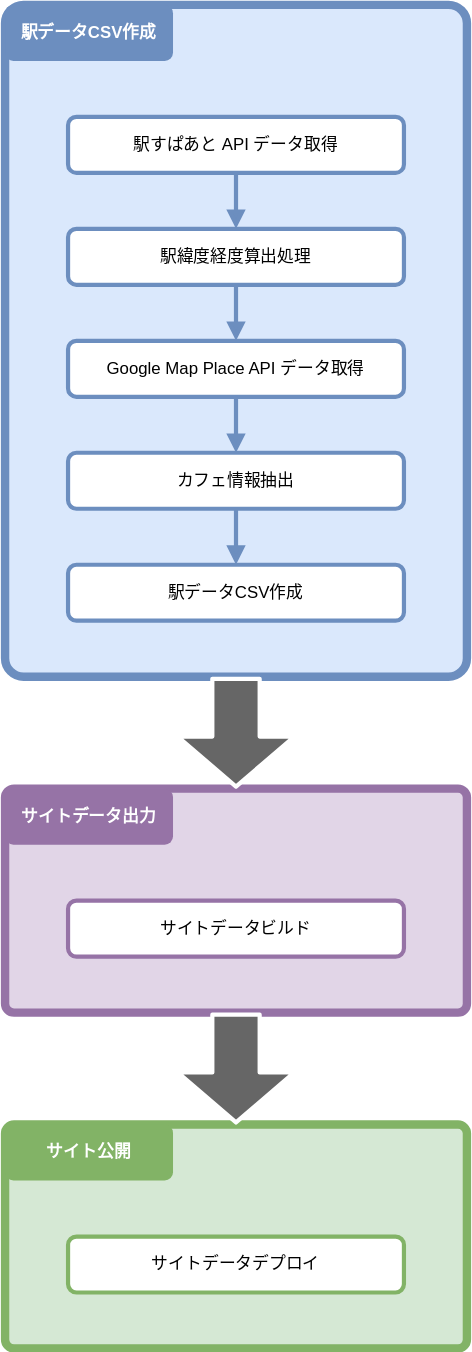
The draw.io diagram doc/01_設計/01510101_全体設計イメージ.drawio.svg in take4bcreators/cafe-train-prj, before a commit. Source tidied: cells renumbered, new cells last; positions are measured from the earlier drawing's top-left corner, leaving out a move shared by most shapes. Its diagram source:
```xml
<mxGraphModel>
  <root>
    <mxCell id="0" />
    <mxCell id="1" parent="0" />
    <mxCell id="2" style="rounded=1;whiteSpace=wrap;html=1;fillColor=#dae8fc;strokeColor=#6c8ebf;strokeWidth=6;arcSize=4;" parent="1" vertex="1">
      <mxGeometry width="330" height="480" as="geometry" />
    </mxCell>
    <mxCell id="3" value="駅すぱあと API データ取得" style="rounded=1;whiteSpace=wrap;html=1;fillColor=#FFFFFF;strokeColor=#6c8ebf;strokeWidth=3;" parent="1" vertex="1">
      <mxGeometry x="45" y="80" width="240" height="40" as="geometry" />
    </mxCell>
    <mxCell id="4" value="駅データCSV作成" style="rounded=1;whiteSpace=wrap;html=1;fillColor=#6C8EBF;strokeColor=none;strokeWidth=6;fontColor=#FFFFFF;fontStyle=1;" parent="1" vertex="1">
      <mxGeometry width="120" height="40" as="geometry" />
    </mxCell>
    <mxCell id="5" style="edgeStyle=none;html=1;exitX=0.5;exitY=1;exitDx=0;exitDy=0;fontColor=#FFFFFF;endArrow=block;endFill=1;strokeColor=#6C8EBF;strokeWidth=3;" parent="1" edge="1" source="6" target="8">
      <mxGeometry relative="1" as="geometry" />
    </mxCell>
    <mxCell id="6" value="駅緯度経度算出処理" style="rounded=1;whiteSpace=wrap;html=1;fillColor=#FFFFFF;strokeColor=#6c8ebf;strokeWidth=3;" parent="1" vertex="1">
      <mxGeometry x="45" y="160" width="240" height="40" as="geometry" />
    </mxCell>
    <mxCell id="7" style="edgeStyle=none;html=1;exitX=0.5;exitY=1;exitDx=0;exitDy=0;entryX=0.5;entryY=0;entryDx=0;entryDy=0;fontColor=#FFFFFF;endArrow=block;endFill=1;strokeColor=#6C8EBF;strokeWidth=3;" parent="1" edge="1" source="8" target="10">
      <mxGeometry relative="1" as="geometry" />
    </mxCell>
    <mxCell id="8" value="Google Map Place API データ取得" style="rounded=1;whiteSpace=wrap;html=1;fillColor=#FFFFFF;strokeColor=#6c8ebf;strokeWidth=3;" parent="1" vertex="1">
      <mxGeometry x="45" y="240" width="240" height="40" as="geometry" />
    </mxCell>
    <mxCell id="9" style="edgeStyle=none;html=1;exitX=0.5;exitY=1;exitDx=0;exitDy=0;entryX=0.5;entryY=0;entryDx=0;entryDy=0;fontColor=#FFFFFF;endArrow=block;endFill=1;strokeColor=#6C8EBF;strokeWidth=3;" parent="1" edge="1" source="10" target="11">
      <mxGeometry relative="1" as="geometry" />
    </mxCell>
    <mxCell id="10" value="カフェ情報抽出" style="rounded=1;whiteSpace=wrap;html=1;fillColor=#FFFFFF;strokeColor=#6c8ebf;strokeWidth=3;" parent="1" vertex="1">
      <mxGeometry x="45" y="320" width="240" height="40" as="geometry" />
    </mxCell>
    <mxCell id="11" value="駅データCSV作成" style="rounded=1;whiteSpace=wrap;html=1;fillColor=#FFFFFF;strokeColor=#6c8ebf;strokeWidth=3;" parent="1" vertex="1">
      <mxGeometry x="45" y="400" width="240" height="40" as="geometry" />
    </mxCell>
    <mxCell id="12" style="rounded=1;whiteSpace=wrap;html=1;fillColor=#e1d5e7;strokeColor=#9673a6;strokeWidth=6;arcSize=4;" parent="1" vertex="1">
      <mxGeometry y="560" width="330" height="160" as="geometry" />
    </mxCell>
    <mxCell id="13" value="サイトデータ出力" style="rounded=1;whiteSpace=wrap;html=1;fillColor=#9673A6;strokeColor=none;strokeWidth=6;fontStyle=1;fontColor=#FFFFFF;" parent="1" vertex="1">
      <mxGeometry y="560" width="120" height="40" as="geometry" />
    </mxCell>
    <mxCell id="14" style="endArrow=block;html=1;fontColor=#FFFFFF;strokeColor=#6C8EBF;strokeWidth=3;endFill=1;exitX=0.5;exitY=1;exitDx=0;exitDy=0;entryX=0.5;entryY=0;entryDx=0;entryDy=0;" parent="1" edge="1" source="3" target="6">
      <mxGeometry relative="1" as="geometry" />
    </mxCell>
    <mxCell id="15" value="サイトデータビルド" style="rounded=1;whiteSpace=wrap;html=1;fillColor=#FFFFFF;strokeColor=#9673a6;strokeWidth=3;" parent="1" vertex="1">
      <mxGeometry x="45" y="640" width="240" height="40" as="geometry" />
    </mxCell>
    <mxCell id="16" style="shape=flexArrow;endArrow=classic;html=1;fontColor=#FFFFFF;strokeColor=#FFFFFF;strokeWidth=3;exitX=0.5;exitY=1;exitDx=0;exitDy=0;entryX=0.5;entryY=0;entryDx=0;entryDy=0;width=31.818181818181817;endSize=10.909090909090908;endWidth=46.52892561983471;fillColor=#666666;" parent="1" edge="1" source="2" target="12">
      <mxGeometry relative="1" as="geometry" />
    </mxCell>
    <mxCell id="17" style="rounded=1;whiteSpace=wrap;html=1;fillColor=#d5e8d4;strokeColor=#82b366;strokeWidth=6;arcSize=4;" parent="1" vertex="1">
      <mxGeometry y="800" width="330" height="160" as="geometry" />
    </mxCell>
    <mxCell id="18" value="サイト公開" style="rounded=1;whiteSpace=wrap;html=1;fillColor=#82B366;strokeColor=none;strokeWidth=6;fontStyle=1;fontColor=#FFFFFF;" parent="1" vertex="1">
      <mxGeometry y="800" width="120" height="40" as="geometry" />
    </mxCell>
    <mxCell id="19" value="サイトデータデプロイ" style="rounded=1;whiteSpace=wrap;html=1;fillColor=#FFFFFF;strokeColor=#82b366;strokeWidth=3;" parent="1" vertex="1">
      <mxGeometry x="45" y="880" width="240" height="40" as="geometry" />
    </mxCell>
    <mxCell id="20" style="shape=flexArrow;endArrow=classic;html=1;fontColor=#FFFFFF;strokeColor=#FFFFFF;strokeWidth=3;exitX=0.5;exitY=1;exitDx=0;exitDy=0;entryX=0.5;entryY=0;entryDx=0;entryDy=0;width=31.818181818181817;endSize=10.909090909090908;endWidth=46.52892561983471;fillColor=#666666;" parent="1" edge="1" source="12" target="17">
      <mxGeometry relative="1" as="geometry" />
    </mxCell>
  </root>
</mxGraphModel>
```
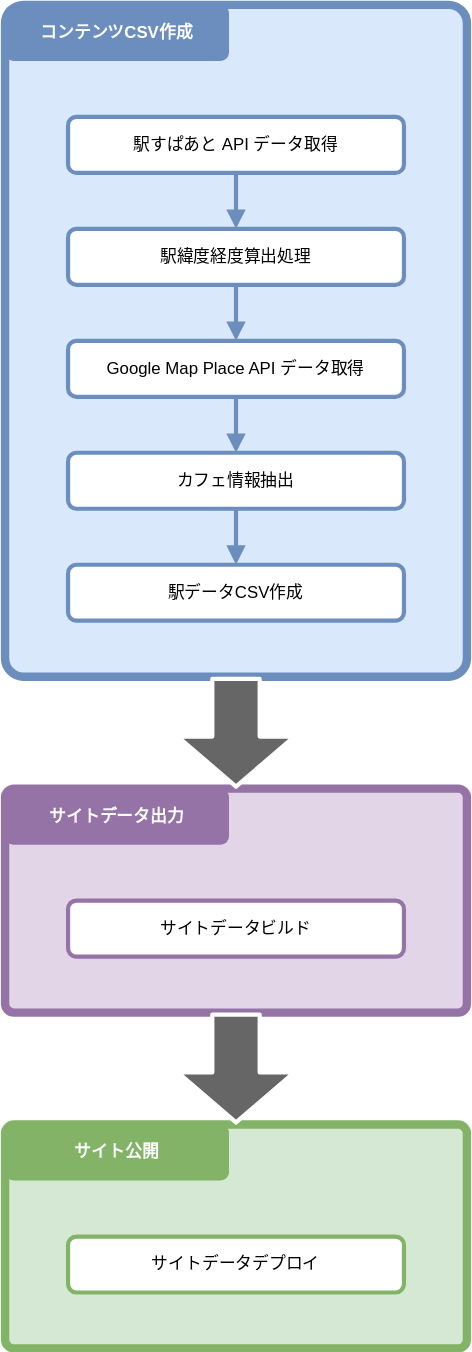
After the commit.

Change to the diagram source:
```diff
@@ -8,8 +8,8 @@
     <mxCell id="3" value="駅すぱあと API データ取得" style="rounded=1;whiteSpace=wrap;html=1;fillColor=#FFFFFF;strokeColor=#6c8ebf;strokeWidth=3;" parent="1" vertex="1">
       <mxGeometry x="45" y="80" width="240" height="40" as="geometry" />
     </mxCell>
-    <mxCell id="4" value="駅データCSV作成" style="rounded=1;whiteSpace=wrap;html=1;fillColor=#6C8EBF;strokeColor=none;strokeWidth=6;fontColor=#FFFFFF;fontStyle=1;" parent="1" vertex="1">
-      <mxGeometry width="120" height="40" as="geometry" />
+    <mxCell id="4" value="コンテンツCSV作成" style="rounded=1;whiteSpace=wrap;html=1;fillColor=#6C8EBF;strokeColor=none;strokeWidth=6;fontColor=#FFFFFF;fontStyle=1;" parent="1" vertex="1">
+      <mxGeometry width="160" height="40" as="geometry" />
     </mxCell>
     <mxCell id="5" style="edgeStyle=none;html=1;exitX=0.5;exitY=1;exitDx=0;exitDy=0;fontColor=#FFFFFF;endArrow=block;endFill=1;strokeColor=#6C8EBF;strokeWidth=3;" parent="1" edge="1" source="6" target="8">
       <mxGeometry relative="1" as="geometry" />
@@ -36,7 +36,7 @@
       <mxGeometry y="560" width="330" height="160" as="geometry" />
     </mxCell>
     <mxCell id="13" value="サイトデータ出力" style="rounded=1;whiteSpace=wrap;html=1;fillColor=#9673A6;strokeColor=none;strokeWidth=6;fontStyle=1;fontColor=#FFFFFF;" parent="1" vertex="1">
-      <mxGeometry y="560" width="120" height="40" as="geometry" />
+      <mxGeometry y="560" width="160" height="40" as="geometry" />
     </mxCell>
     <mxCell id="14" style="endArrow=block;html=1;fontColor=#FFFFFF;strokeColor=#6C8EBF;strokeWidth=3;endFill=1;exitX=0.5;exitY=1;exitDx=0;exitDy=0;entryX=0.5;entryY=0;entryDx=0;entryDy=0;" parent="1" edge="1" source="3" target="6">
       <mxGeometry relative="1" as="geometry" />
@@ -51,7 +51,7 @@
       <mxGeometry y="800" width="330" height="160" as="geometry" />
     </mxCell>
     <mxCell id="18" value="サイト公開" style="rounded=1;whiteSpace=wrap;html=1;fillColor=#82B366;strokeColor=none;strokeWidth=6;fontStyle=1;fontColor=#FFFFFF;" parent="1" vertex="1">
-      <mxGeometry y="800" width="120" height="40" as="geometry" />
+      <mxGeometry y="800" width="160" height="40" as="geometry" />
     </mxCell>
     <mxCell id="19" value="サイトデータデプロイ" style="rounded=1;whiteSpace=wrap;html=1;fillColor=#FFFFFF;strokeColor=#82b366;strokeWidth=3;" parent="1" vertex="1">
       <mxGeometry x="45" y="880" width="240" height="40" as="geometry" />
```
